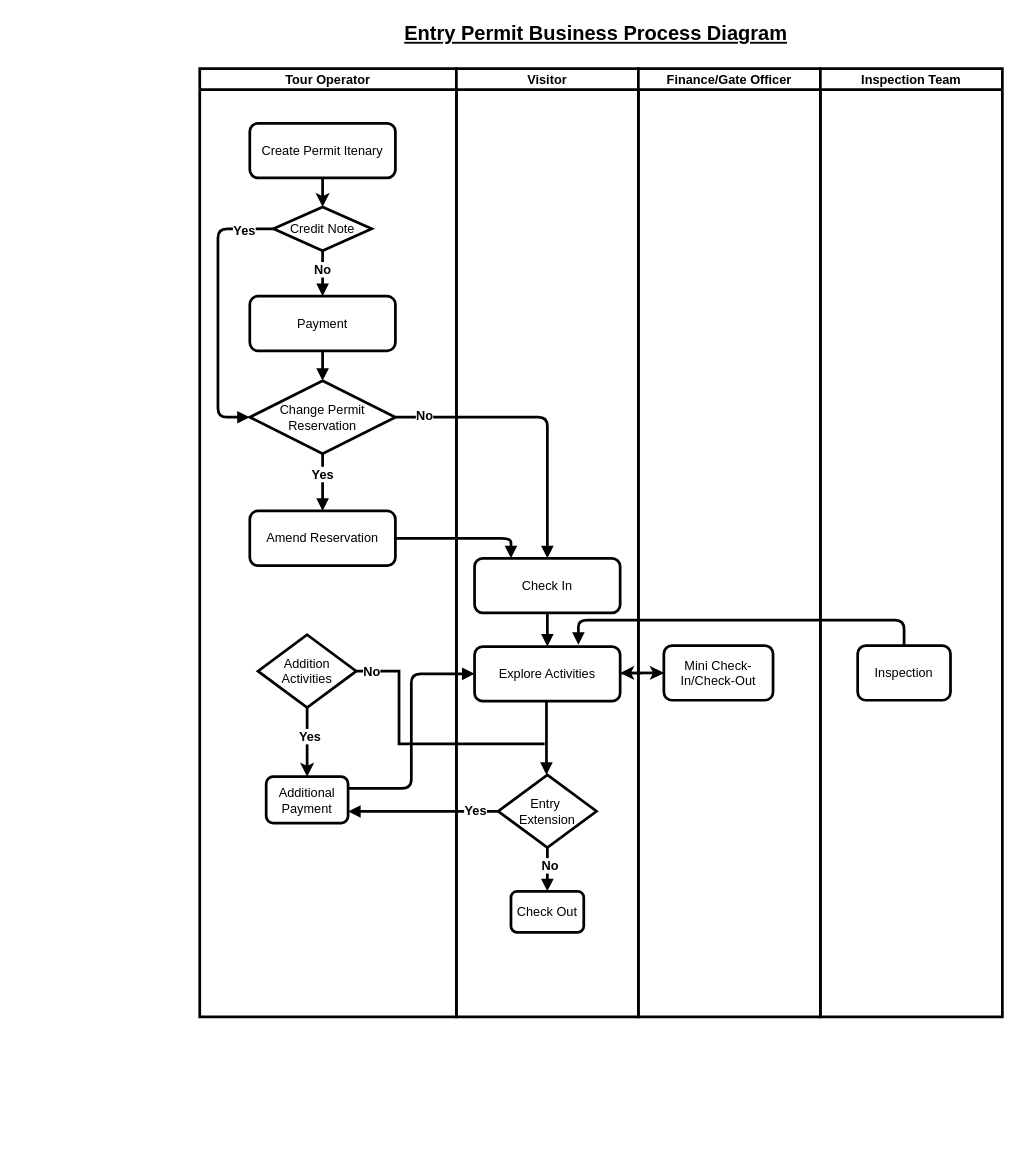
The draw.io diagram swimlane_permit_flow.drawio in MbalamulaS/portal2-diagram, before the edit. Source tidied: cells renumbered, new cells numbered last; positions are measured from the earlier drawing's top-left corner, leaving out a move shared by most shapes. Both pictures are drawn from the tidied source at 91%, with x=0, y=0 at pixel (199, 15).
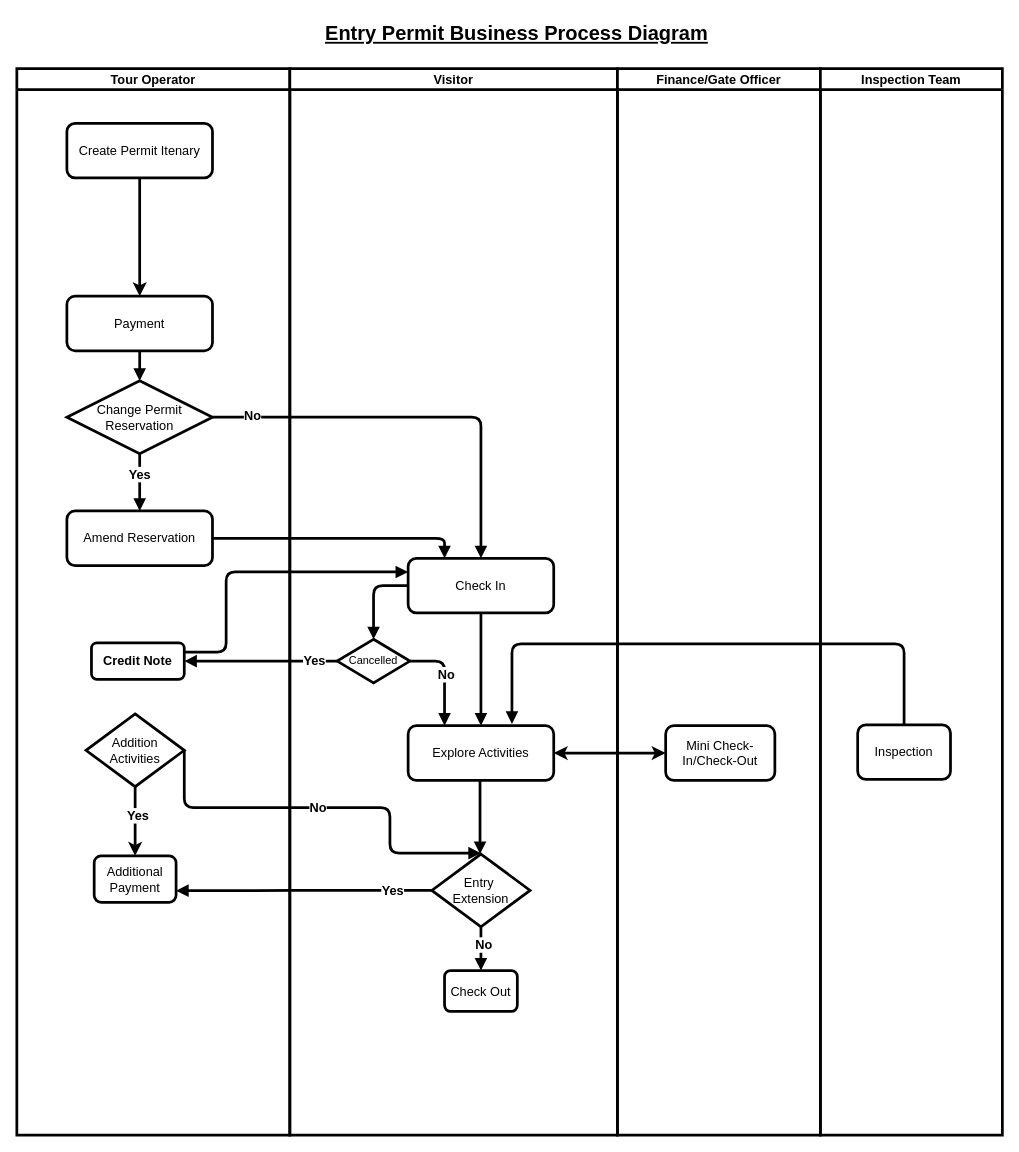
After the change.

Commit message:
Update swimlane_permit_draft2

The change refers to these unchanged cells:
```xml
<mxCell id="3" value="Create Permit Itenary" style="rounded=1;whiteSpace=wrap;html=1;strokeWidth=3;fontSize=14;" parent="2" vertex="1">
  <mxGeometry x="55" y="60" width="160" height="60" as="geometry" />
</mxCell>
<mxCell id="4" value="Payment" style="rounded=1;whiteSpace=wrap;html=1;strokeWidth=3;fontSize=14;" parent="2" vertex="1">
  <mxGeometry x="55" y="250" width="160" height="60" as="geometry" />
</mxCell>
<mxCell id="10" value="&lt;font style=&quot;font-size: 14px;&quot;&gt;Change Permit Reservation&lt;/font&gt;" style="rhombus;whiteSpace=wrap;html=1;strokeWidth=3;" parent="2" vertex="1">
  <mxGeometry x="55" y="343" width="160" height="80" as="geometry" />
</mxCell>
```

Diff of the diagram source:
```diff
@@
     <mxCell id="2" value="Tour Operator" style="swimlane;strokeWidth=3;fontSize=14;" parent="1" vertex="1">
-      <mxGeometry y="58" width="282" height="1042" as="geometry" />
+      <mxGeometry x="-201" y="58" width="300" height="1172" as="geometry" />
     </mxCell>
@@
-    <mxCell id="5" style="endArrow=classic;html=1;rounded=0;exitX=0.5;exitY=1;exitDx=0;exitDy=0;strokeWidth=3;entryX=0.5;entryY=0;entryDx=0;entryDy=0;" parent="2" edge="1" source="3" target="15">
+    <mxCell id="5" style="endArrow=classic;html=1;rounded=0;exitX=0.5;exitY=1;exitDx=0;exitDy=0;strokeWidth=3;entryX=0.5;entryY=0;entryDx=0;entryDy=0;" parent="2" edge="1" source="3" target="4">
       <mxGeometry relative="1" as="geometry" />
     </mxCell>
@@
     <mxCell id="9" value="Additional Payment" style="rounded=1;whiteSpace=wrap;html=1;strokeWidth=3;fontSize=14;" parent="2" vertex="1">
-      <mxGeometry x="73" y="778" width="90" height="51" as="geometry" />
+      <mxGeometry x="85" y="865" width="90" height="51" as="geometry" />
     </mxCell>
@@
     <mxCell id="14" value="&lt;font style=&quot;font-size: 14px;&quot;&gt;Addition Activities&lt;/font&gt;" style="rhombus;whiteSpace=wrap;html=1;strokeWidth=3;" parent="2" vertex="1">
-      <mxGeometry x="64" y="622" width="108" height="80" as="geometry" />
+      <mxGeometry x="76" y="709" width="108" height="80" as="geometry" />
     </mxCell>
-    <mxCell id="15" value="&lt;font style=&quot;font-size: 14px;&quot;&gt;Credit Note &lt;/font&gt;" style="rhombus;whiteSpace=wrap;html=1;strokeWidth=3;" parent="2" vertex="1">
-      <mxGeometry x="81" y="152" width="108" height="48" as="geometry" />
+    <mxCell id="15" value="&lt;b&gt;Credit Note&lt;/b&gt;" style="rounded=1;whiteSpace=wrap;html=1;strokeWidth=3;fontSize=14;" parent="2" vertex="1">
+      <mxGeometry x="82" y="631" width="102" height="40" as="geometry" />
     </mxCell>
-    <mxCell id="16" style="edgeStyle=orthogonalEdgeStyle;endArrow=block;html=1;strokeWidth=3;fontSize=14;exitX=0.5;exitY=1;exitDx=0;exitDy=0;entryX=0.5;entryY=0;entryDx=0;entryDy=0;" parent="2" edge="1" source="15" target="4">
-      <mxGeometry relative="1" as="geometry" />
-    </mxCell>
-    <mxCell id="17" value="&lt;font style=&quot;font-size: 14px;&quot;&gt;&lt;b&gt;No&lt;/b&gt;&lt;/font&gt;" style="edgeLabel;html=1;align=center;verticalAlign=middle;" parent="16" vertex="1">
-      <mxGeometry x="-0.2" y="-1" relative="1" as="geometry" />
-    </mxCell>
-    <mxCell id="18" style="edgeStyle=orthogonalEdgeStyle;endArrow=block;html=1;strokeWidth=3;fontSize=14;exitX=0;exitY=0.5;exitDx=0;exitDy=0;entryX=0;entryY=0.5;entryDx=0;entryDy=0;" parent="2" edge="1" source="15" target="10">
-      <mxGeometry relative="1" as="geometry">
-        <Array as="points">
-          <mxPoint x="20" y="176" />
-          <mxPoint x="20" y="383" />
-        </Array>
-      </mxGeometry>
-    </mxCell>
-    <mxCell id="19" value="&lt;font style=&quot;font-size: 14px;&quot;&gt;&lt;b&gt;Yes&lt;/b&gt;&lt;/font&gt;" style="edgeLabel;html=1;align=center;verticalAlign=middle;" parent="18" vertex="1">
-      <mxGeometry x="-0.78" y="1" relative="1" as="geometry" />
-    </mxCell>
     <mxCell id="20" value="Visitor" style="swimlane;strokeWidth=3;fontSize=14;" parent="1" vertex="1">
-      <mxGeometry x="282" y="58" width="200" height="1042" as="geometry" />
+      <mxGeometry x="99" y="58" width="360" height="1172" as="geometry" />
     </mxCell>
     <mxCell id="21" value="Check In" style="rounded=1;whiteSpace=wrap;html=1;strokeWidth=3;fontSize=14;" parent="20" vertex="1">
-      <mxGeometry x="20" y="538" width="160" height="60" as="geometry" />
+      <mxGeometry x="130" y="538" width="160" height="60" as="geometry" />
     </mxCell>
     <mxCell id="22" value="Explore Activities" style="rounded=1;whiteSpace=wrap;html=1;strokeWidth=3;fontSize=14;" parent="20" vertex="1">
-      <mxGeometry x="20" y="635" width="160" height="60" as="geometry" />
+      <mxGeometry x="130" y="722" width="160" height="60" as="geometry" />
     </mxCell>
     <mxCell id="23" value="Check Out" style="rounded=1;whiteSpace=wrap;html=1;strokeWidth=3;fontSize=14;" parent="20" vertex="1">
-      <mxGeometry x="60" y="904" width="80" height="45" as="geometry" />
+      <mxGeometry x="170" y="991" width="80" height="45" as="geometry" />
     </mxCell>
     <mxCell id="24" value="&lt;div&gt;&lt;font style=&quot;font-size: 14px;&quot;&gt;Entry&amp;nbsp;&lt;/font&gt;&lt;/div&gt;&lt;div&gt;&lt;font style=&quot;font-size: 14px;&quot;&gt;Extension&lt;/font&gt;&lt;/div&gt;" style="rhombus;whiteSpace=wrap;html=1;strokeWidth=3;" parent="20" vertex="1">
-      <mxGeometry x="46" y="776" width="108" height="80" as="geometry" />
+      <mxGeometry x="156" y="863" width="108" height="80" as="geometry" />
     </mxCell>
     <mxCell id="25" style="edgeStyle=orthogonalEdgeStyle;endArrow=block;html=1;strokeWidth=3;fontSize=14;entryX=0.5;entryY=0;entryDx=0;entryDy=0;exitX=0.5;exitY=1;exitDx=0;exitDy=0;" parent="20" edge="1">
       <mxGeometry relative="1" as="geometry">
-        <mxPoint x="99" y="695" as="sourcePoint" />
-        <mxPoint x="99" y="776" as="targetPoint" />
+        <mxPoint x="209" y="782" as="sourcePoint" />
+        <mxPoint x="209" y="863" as="targetPoint" />
       </mxGeometry>
     </mxCell>
@@
+    <mxCell id="45" value="Cancelled" style="rhombus;whiteSpace=wrap;html=1;strokeWidth=3;" parent="20" vertex="1">
+      <mxGeometry x="52" y="627" width="80" height="48" as="geometry" />
+    </mxCell>
+    <mxCell id="46" style="edgeStyle=orthogonalEdgeStyle;endArrow=block;html=1;strokeWidth=3;fontSize=14;exitX=0;exitY=0.5;exitDx=0;exitDy=0;entryX=0.5;entryY=0;entryDx=0;entryDy=0;" parent="20" edge="1" source="21" target="45">
+      <mxGeometry relative="1" as="geometry" />
+    </mxCell>
+    <mxCell id="47" style="edgeStyle=orthogonalEdgeStyle;endArrow=block;html=1;strokeWidth=3;fontSize=14;exitX=1;exitY=0.5;exitDx=0;exitDy=0;entryX=0.25;entryY=0;entryDx=0;entryDy=0;" parent="20" edge="1" source="45" target="22">
+      <mxGeometry relative="1" as="geometry" />
+    </mxCell>
+    <mxCell id="48" value="&lt;b&gt;&lt;font style=&quot;font-size: 14px;&quot;&gt;No&lt;/font&gt;&lt;/b&gt;" style="edgeLabel;html=1;align=center;verticalAlign=middle;" parent="47" vertex="1">
+      <mxGeometry x="-0.05" y="1" relative="1" as="geometry" />
+    </mxCell>
     <mxCell id="29" value="Finance/Gate Officer" style="swimlane;strokeWidth=3;fontSize=14;startSize=23;" parent="1" vertex="1">
-      <mxGeometry x="482" y="58" width="200" height="1042" as="geometry" />
+      <mxGeometry x="459" y="58" width="223" height="1172" as="geometry" />
     </mxCell>
     <mxCell id="30" value="&lt;div&gt;&lt;font style=&quot;font-size: 14px;&quot;&gt;Mini Check-In/Check-Out&lt;/font&gt;&lt;/div&gt;" style="rounded=1;whiteSpace=wrap;html=1;strokeWidth=3;fontSize=14;" parent="29" vertex="1">
-      <mxGeometry x="28" y="634" width="120" height="60" as="geometry" />
+      <mxGeometry x="53" y="722" width="120" height="60" as="geometry" />
     </mxCell>
     <mxCell id="31" value="Inspection Team" style="swimlane;strokeWidth=3;fontSize=14;" parent="1" vertex="1">
-      <mxGeometry x="682" y="58" width="200" height="1042" as="geometry" />
+      <mxGeometry x="682" y="58" width="200" height="1172" as="geometry" />
     </mxCell>
     <mxCell id="32" value="Inspection" style="rounded=1;whiteSpace=wrap;html=1;strokeWidth=3;fontSize=14;" parent="31" vertex="1">
-      <mxGeometry x="41" y="634" width="102" height="60" as="geometry" />
+      <mxGeometry x="41" y="721" width="102" height="60" as="geometry" />
     </mxCell>
@@
-    <mxCell id="36" style="endArrow=classic;startArrow=classic;html=1;rounded=0;exitX=1;exitY=0.5;exitDx=0;exitDy=0;entryX=0;entryY=0.5;entryDx=0;entryDy=0;strokeWidth=3;" parent="1" edge="1" target="30">
-      <mxGeometry relative="1" as="geometry">
-        <mxPoint x="462" y="722" as="sourcePoint" />
-      </mxGeometry>
+    <mxCell id="36" style="endArrow=classic;startArrow=classic;html=1;rounded=0;exitX=1;exitY=0.5;exitDx=0;exitDy=0;entryX=0;entryY=0.5;entryDx=0;entryDy=0;strokeWidth=3;" parent="1" edge="1" source="22" target="30">
+      <mxGeometry relative="1" as="geometry" />
     </mxCell>
-    <mxCell id="37" style="edgeStyle=orthogonalEdgeStyle;rounded=0;jettySize=auto;html=1;" parent="1" edge="1" source="22" target="30">
-      <mxGeometry relative="1" as="geometry" />
-    </mxCell>
     <mxCell id="38" style="edgeStyle=orthogonalEdgeStyle;endArrow=block;html=1;strokeWidth=3;fontSize=14;exitX=0.5;exitY=0;exitDx=0;exitDy=0;entryX=0.713;entryY=-0.033;entryDx=0;entryDy=0;entryPerimeter=0;" parent="1" edge="1" source="32" target="22">
       <mxGeometry relative="1" as="geometry">
         <Array as="points">
-          <mxPoint x="774" y="664" />
-          <mxPoint x="416" y="664" />
+          <mxPoint x="774" y="690" />
+          <mxPoint x="343" y="690" />
         </Array>
       </mxGeometry>
     </mxCell>
@@
     <mxCell id="41" value="&lt;div align=&quot;center&quot;&gt;&lt;font style=&quot;font-size: 22px;&quot;&gt;&lt;b&gt;&lt;font&gt;&lt;u&gt;Entry Permit Business Process Diagram&lt;/u&gt;&lt;/font&gt;&lt;/b&gt;&lt;/font&gt;&lt;/div&gt;" style="text;html=1;align=center;verticalAlign=middle;strokeColor=none;fillColor=none;" parent="1" vertex="1">
-      <mxGeometry x="215" width="440" height="40" as="geometry" />
+      <mxGeometry x="128" width="440" height="40" as="geometry" />
     </mxCell>
-    <mxCell id="42" style="edgeStyle=orthogonalEdgeStyle;endArrow=block;html=1;strokeWidth=3;fontSize=14;exitX=1;exitY=0.25;exitDx=0;exitDy=0;entryX=0;entryY=0.5;entryDx=0;entryDy=0;" parent="1" edge="1" source="9" target="22">
-      <mxGeometry relative="1" as="geometry" />
-    </mxCell>
-    <mxCell id="43" style="endArrow=none;html=1;rounded=0;exitX=1;exitY=0.5;exitDx=0;exitDy=0;strokeWidth=3;" parent="1" edge="1" source="14">
-      <mxGeometry relative="1" as="geometry">
-        <mxPoint x="379" y="800" as="targetPoint" />
-        <Array as="points">
-          <mxPoint x="219" y="720" />
-          <mxPoint x="219" y="800" />
-        </Array>
-      </mxGeometry>
-    </mxCell>
-    <mxCell id="44" value="&lt;b&gt;&lt;font style=&quot;font-size: 14px;&quot;&gt;No&lt;/font&gt;&lt;/b&gt;" style="edgeLabel;html=1;align=center;verticalAlign=middle;" parent="43" vertex="1">
-      <mxGeometry x="-0.89" relative="1" as="geometry" />
-    </mxCell>
+    <mxCell id="49" style="edgeStyle=orthogonalEdgeStyle;endArrow=block;html=1;strokeWidth=3;fontSize=14;exitX=0;exitY=0.5;exitDx=0;exitDy=0;entryX=1;entryY=0.5;entryDx=0;entryDy=0;" parent="1" edge="1" source="45" target="15">
+      <mxGeometry relative="1" as="geometry" />
+    </mxCell>
+    <mxCell id="19" value="&lt;font style=&quot;font-size: 14px;&quot;&gt;&lt;b&gt;Yes&lt;/b&gt;&lt;/font&gt;" style="edgeLabel;html=1;align=center;verticalAlign=middle;" parent="49" vertex="1">
+      <mxGeometry x="-0.69" y="-1" relative="1" as="geometry" />
+    </mxCell>
+    <mxCell id="50" style="edgeStyle=orthogonalEdgeStyle;endArrow=block;html=1;strokeWidth=3;fontSize=14;exitX=1;exitY=0.25;exitDx=0;exitDy=0;entryX=0;entryY=0.25;entryDx=0;entryDy=0;" parent="1" edge="1" source="15" target="21">
+      <mxGeometry relative="1" as="geometry">
+        <Array as="points">
+          <mxPoint x="29" y="699" />
+          <mxPoint x="29" y="611" />
+        </Array>
+      </mxGeometry>
+    </mxCell>
+    <mxCell id="51" style="edgeStyle=orthogonalEdgeStyle;endArrow=block;html=1;strokeWidth=3;fontSize=14;exitX=1;exitY=0.5;exitDx=0;exitDy=0;" parent="1" edge="1" source="14">
+      <mxGeometry relative="1" as="geometry">
+        <mxPoint x="309" y="920" as="targetPoint" />
+        <Array as="points">
+          <mxPoint x="-17" y="870" />
+          <mxPoint x="209" y="870" />
+        </Array>
+      </mxGeometry>
+    </mxCell>
+    <mxCell id="52" value="&lt;b&gt;&lt;font style=&quot;font-size: 14px;&quot;&gt;No&lt;/font&gt;&lt;/b&gt;" style="edgeLabel;html=1;align=center;verticalAlign=middle;" parent="51" vertex="1">
+      <mxGeometry x="-0.05" y="1" relative="1" as="geometry" />
+    </mxCell>
```
